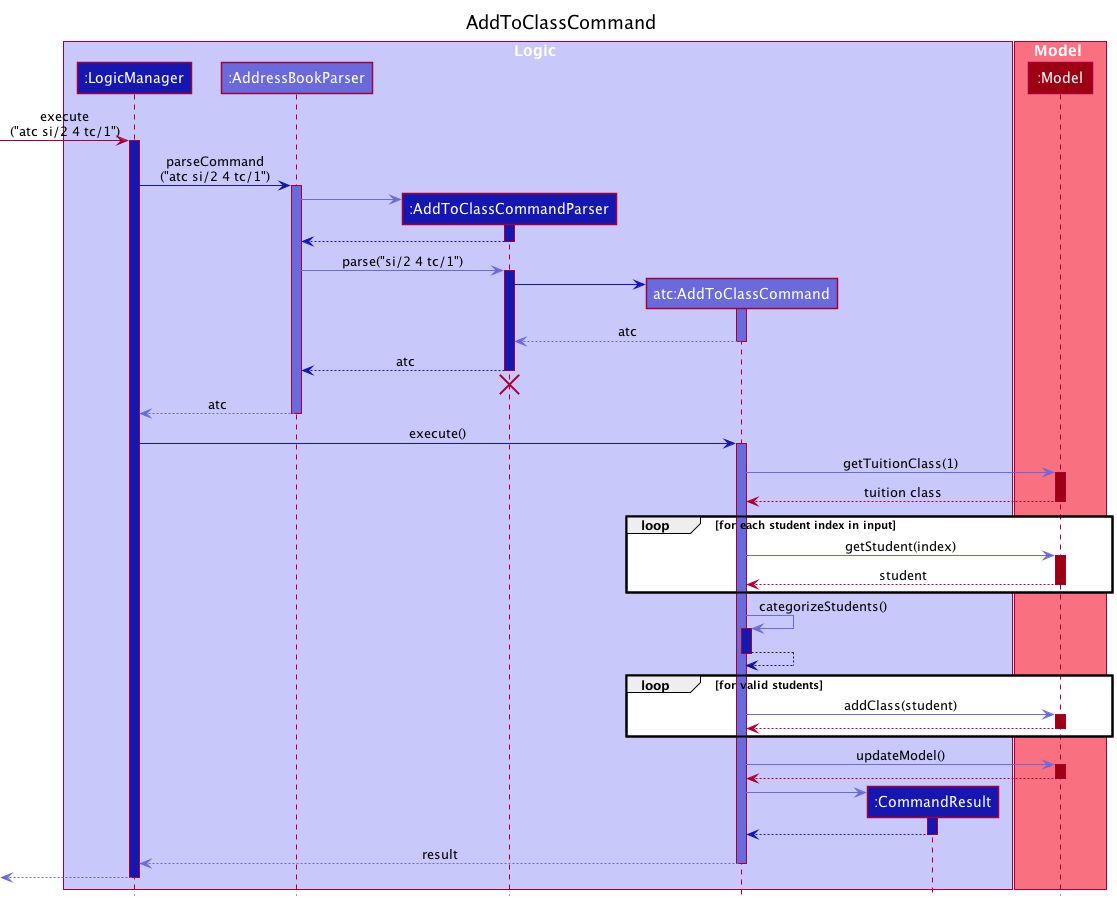
Earlier version of the PlantUML export docs/images/AddToClassSequenceDiagram.png (nus-cs2103-AY2122S1/tp).
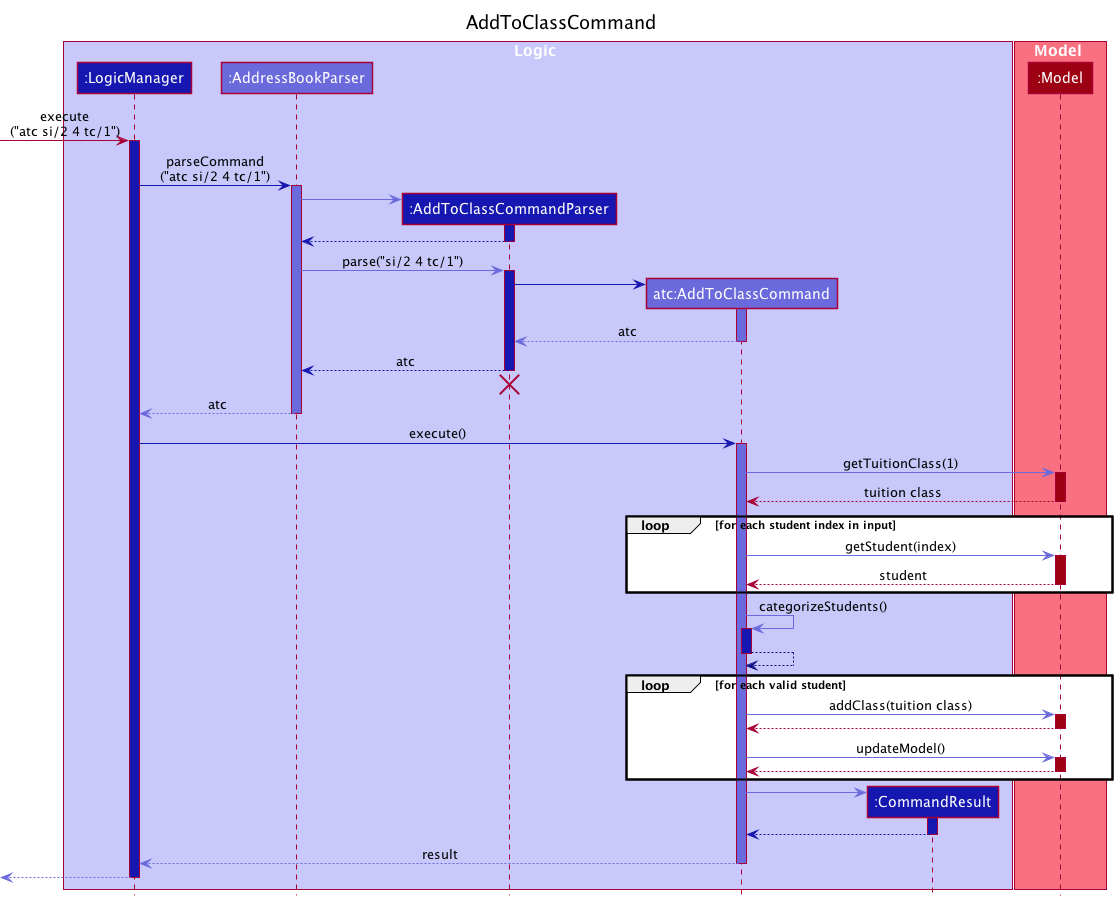
After the change.

Commit message:
Update UML diagrams

Diff of the diagram source:
```diff
@@ -67,17 +67,16 @@
 AddToClassCommand -[LOGIC_COLOR_T4]-> AddToClassCommand
 deactivate AddToClassCommand
 
-loop for valid students
-AddToClassCommand -[LOGIC_COLOR_T2]> Model : addClass(student)
+loop for each valid student
+AddToClassCommand -[LOGIC_COLOR_T2]> Model : addClass(tuition class)
+activate Model MODEL_COLOR
+Model --> AddToClassCommand
+deactivate Model
+AddToClassCommand -[LOGIC_COLOR_T2]> Model : updateModel()
 activate Model MODEL_COLOR
 Model --> AddToClassCommand
 deactivate Model
 end
-
-AddToClassCommand -[LOGIC_COLOR_T2]> Model : updateModel()
-activate Model MODEL_COLOR
-Model --> AddToClassCommand
-deactivate Model
 
 create CommandResult
 AddToClassCommand -[LOGIC_COLOR_T2]> CommandResult
```
